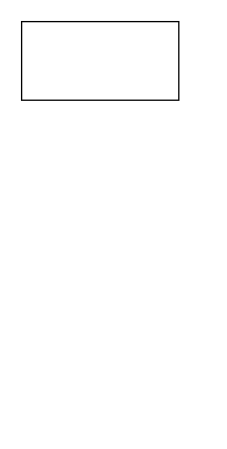
firewood123/firewood keeps this draw.io diagram as demo.drawio. Above is the earlier version. Source tidied: cells renumbered, new cells numbered last; positions are measured from the earlier drawing's top-left corner, leaving out a move shared by most shapes. Both pictures are drawn from the tidied source at 131%, with x=0, y=0 at pixel (21, 21).
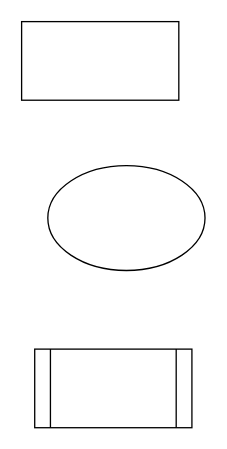
Above is the later version.

Diff of the diagram source:
```diff
@@
 <mxGraphModel>
   <root>
     <mxCell id="0" />
     <mxCell id="1" parent="0" />
     <mxCell id="2" style="rounded=0;whiteSpace=wrap;html=1;" parent="1" vertex="1">
       <mxGeometry width="120" height="60" as="geometry" />
     </mxCell>
+    <mxCell id="3" style="ellipse;whiteSpace=wrap;html=1;" parent="1" vertex="1">
+      <mxGeometry x="20" y="110" width="120" height="80" as="geometry" />
+    </mxCell>
+    <mxCell id="4" style="shape=process;whiteSpace=wrap;html=1;backgroundOutline=1;" parent="1" vertex="1">
+      <mxGeometry x="10" y="250" width="120" height="60" as="geometry" />
+    </mxCell>
   </root>
 </mxGraphModel>
```
